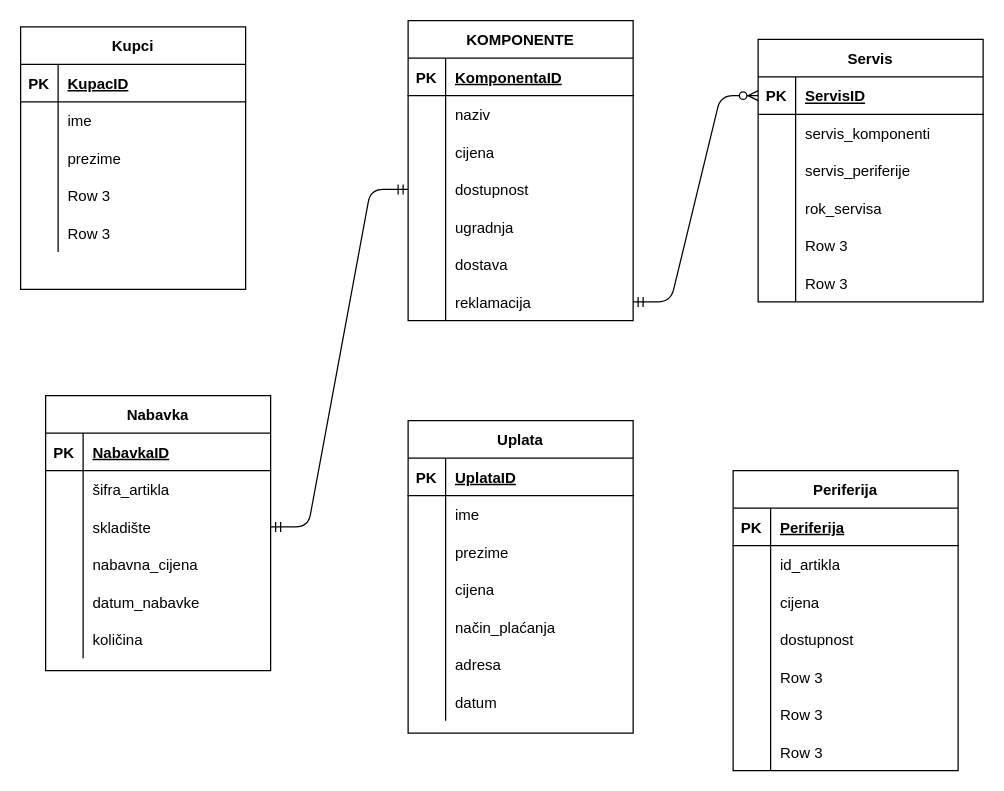
The draw.io diagram erd.drawio in vela02/erd, before the edit. Source tidied: cells renumbered, new cells numbered last; positions are measured from the earlier drawing's top-left corner, leaving out a move shared by most shapes. Both pictures are drawn from the tidied source at 125%, with x=0, y=0 at pixel (20, 20).
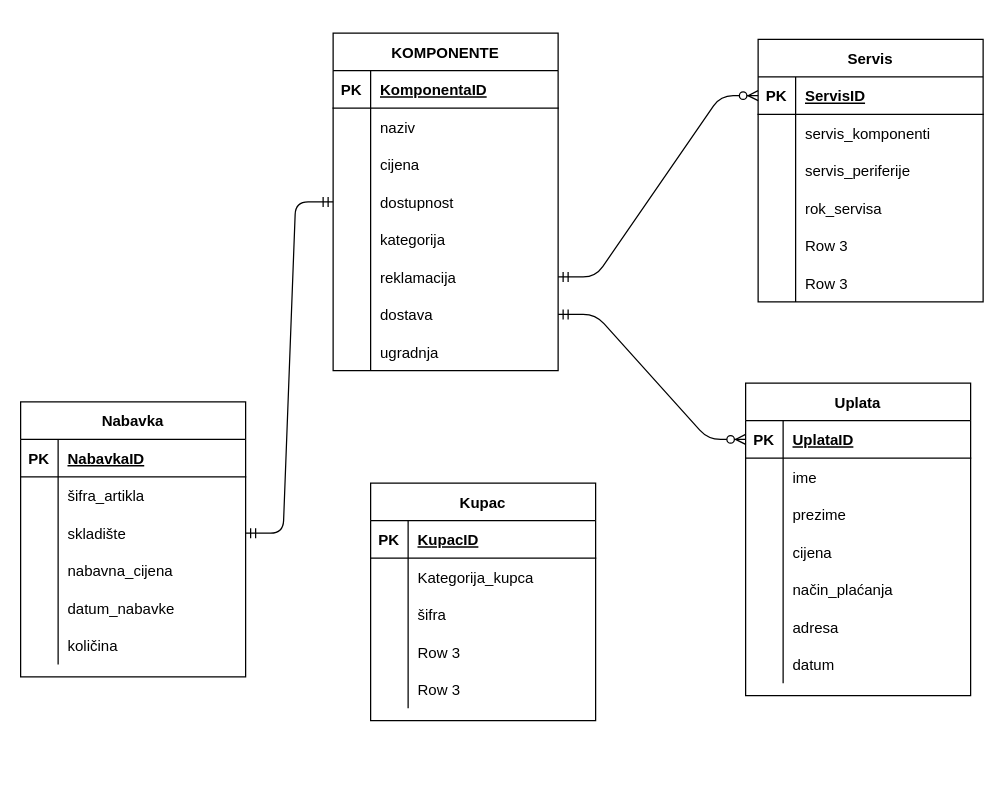
After the change.

Unchanged cells that the change refers to:
```xml
<mxCell id="38" style="shape=partialRectangle;fillColor=none;top=0;left=0;bottom=1;right=0;points=[[0,0.5],[1,0.5]];portConstraint=eastwest;" parent="37" vertex="1">
  <mxGeometry y="30" width="180" height="30" as="geometry" />
</mxCell>
<mxCell id="115" style="shape=partialRectangle;fillColor=none;top=0;left=0;bottom=0;right=0;" parent="102" vertex="1">
  <mxGeometry y="150" width="180" height="30" as="geometry" />
</mxCell>
```

Change to the diagram source:
```diff
@@
-    <mxCell id="2" value="Kupci" style="shape=table;startSize=30;childLayout=tableLayout;rowLines=0;fontStyle=1;align=center;" parent="1" vertex="1">
-      <mxGeometry y="5" width="180" height="210" as="geometry" />
-    </mxCell>
-    <mxCell id="3" style="shape=partialRectangle;fillColor=none;top=0;left=0;bottom=1;right=0;" parent="2" vertex="1">
-      <mxGeometry y="30" width="180" height="30" as="geometry" />
-    </mxCell>
-    <mxCell id="4" value="PK" style="shape=partialRectangle;fillColor=none;top=0;left=0;bottom=0;right=0;fontStyle=1;overflow=hidden;" parent="3" vertex="1">
-      <mxGeometry width="30" height="30" as="geometry" />
-    </mxCell>
-    <mxCell id="5" value="KupacID" style="shape=partialRectangle;fillColor=none;top=0;left=0;bottom=0;right=0;align=left;spacingLeft=6;fontStyle=5;overflow=hidden;" parent="3" vertex="1">
-      <mxGeometry x="30" width="150" height="30" as="geometry" />
-    </mxCell>
-    <mxCell id="6" style="shape=partialRectangle;fillColor=none;top=0;left=0;bottom=0;right=0;" parent="2" vertex="1">
-      <mxGeometry y="60" width="180" height="30" as="geometry" />
-    </mxCell>
-    <mxCell id="7" style="shape=partialRectangle;fillColor=none;top=0;left=0;bottom=0;right=0;overflow=hidden;" parent="6" vertex="1">
-      <mxGeometry width="30" height="30" as="geometry" />
-    </mxCell>
-    <mxCell id="8" value="ime" style="shape=partialRectangle;fillColor=none;top=0;left=0;bottom=0;right=0;align=left;spacingLeft=6;overflow=hidden;" parent="6" vertex="1">
-      <mxGeometry x="30" width="150" height="30" as="geometry" />
-    </mxCell>
-    <mxCell id="9" style="shape=partialRectangle;fillColor=none;top=0;left=0;bottom=0;right=0;" parent="2" vertex="1">
-      <mxGeometry y="90" width="180" height="30" as="geometry" />
-    </mxCell>
-    <mxCell id="10" style="shape=partialRectangle;fillColor=none;top=0;left=0;bottom=0;right=0;overflow=hidden;" parent="9" vertex="1">
-      <mxGeometry width="30" height="30" as="geometry" />
-    </mxCell>
-    <mxCell id="11" value="prezime" style="shape=partialRectangle;fillColor=none;top=0;left=0;bottom=0;right=0;align=left;spacingLeft=6;overflow=hidden;" parent="9" vertex="1">
-      <mxGeometry x="30" width="150" height="30" as="geometry" />
-    </mxCell>
-    <mxCell id="12" style="shape=partialRectangle;fillColor=none;top=0;left=0;bottom=0;right=0;" parent="2" vertex="1">
-      <mxGeometry y="120" width="180" height="30" as="geometry" />
-    </mxCell>
-    <mxCell id="13" style="shape=partialRectangle;fillColor=none;top=0;left=0;bottom=0;right=0;overflow=hidden;" parent="12" vertex="1">
-      <mxGeometry width="30" height="30" as="geometry" />
-    </mxCell>
-    <mxCell id="14" value="Row 3" style="shape=partialRectangle;fillColor=none;top=0;left=0;bottom=0;right=0;align=left;spacingLeft=6;overflow=hidden;" parent="12" vertex="1">
-      <mxGeometry x="30" width="150" height="30" as="geometry" />
-    </mxCell>
-    <mxCell id="15" style="shape=partialRectangle;fillColor=none;top=0;left=0;bottom=0;right=0;" parent="2" vertex="1">
-      <mxGeometry y="150" width="180" height="30" as="geometry" />
-    </mxCell>
-    <mxCell id="16" style="shape=partialRectangle;fillColor=none;top=0;left=0;bottom=0;right=0;overflow=hidden;" parent="15" vertex="1">
-      <mxGeometry width="30" height="30" as="geometry" />
-    </mxCell>
-    <mxCell id="17" value="Row 3" style="shape=partialRectangle;fillColor=none;top=0;left=0;bottom=0;right=0;align=left;spacingLeft=6;overflow=hidden;" parent="15" vertex="1">
-      <mxGeometry x="30" width="150" height="30" as="geometry" />
-    </mxCell>
@@
     <mxCell id="37" value="Uplata" style="shape=table;startSize=30;childLayout=tableLayout;rowLines=0;fontStyle=1;align=center;" parent="1" vertex="1">
-      <mxGeometry x="310" y="320" width="180" height="250" as="geometry" />
+      <mxGeometry x="580" y="290" width="180" height="250" as="geometry" />
     </mxCell>
@@
-    <mxCell id="59" value="Periferija" style="shape=table;startSize=30;childLayout=tableLayout;rowLines=0;fontStyle=1;align=center;" parent="1" vertex="1">
-      <mxGeometry x="570" y="360" width="180" height="240" as="geometry" />
-    </mxCell>
-    <mxCell id="60" style="shape=partialRectangle;fillColor=none;top=0;left=0;bottom=1;right=0;" parent="59" vertex="1">
-      <mxGeometry y="30" width="180" height="30" as="geometry" />
-    </mxCell>
-    <mxCell id="61" value="PK" style="shape=partialRectangle;fillColor=none;top=0;left=0;bottom=0;right=0;fontStyle=1;overflow=hidden;" parent="60" vertex="1">
-      <mxGeometry width="30" height="30" as="geometry" />
-    </mxCell>
-    <mxCell id="62" value="Periferija" style="shape=partialRectangle;fillColor=none;top=0;left=0;bottom=0;right=0;align=left;spacingLeft=6;fontStyle=5;overflow=hidden;" parent="60" vertex="1">
-      <mxGeometry x="30" width="150" height="30" as="geometry" />
-    </mxCell>
-    <mxCell id="63" style="shape=partialRectangle;fillColor=none;top=0;left=0;bottom=0;right=0;" parent="59" vertex="1">
-      <mxGeometry y="60" width="180" height="30" as="geometry" />
-    </mxCell>
-    <mxCell id="64" style="shape=partialRectangle;fillColor=none;top=0;left=0;bottom=0;right=0;overflow=hidden;" parent="63" vertex="1">
-      <mxGeometry width="30" height="30" as="geometry" />
-    </mxCell>
-    <mxCell id="65" value="id_artikla" style="shape=partialRectangle;fillColor=none;top=0;left=0;bottom=0;right=0;align=left;spacingLeft=6;overflow=hidden;" parent="63" vertex="1">
-      <mxGeometry x="30" width="150" height="30" as="geometry" />
-    </mxCell>
-    <mxCell id="66" style="shape=partialRectangle;fillColor=none;top=0;left=0;bottom=0;right=0;" parent="59" vertex="1">
-      <mxGeometry y="90" width="180" height="30" as="geometry" />
-    </mxCell>
-    <mxCell id="67" style="shape=partialRectangle;fillColor=none;top=0;left=0;bottom=0;right=0;overflow=hidden;" parent="66" vertex="1">
-      <mxGeometry width="30" height="30" as="geometry" />
-    </mxCell>
-    <mxCell id="68" value="cijena" style="shape=partialRectangle;fillColor=none;top=0;left=0;bottom=0;right=0;align=left;spacingLeft=6;overflow=hidden;" parent="66" vertex="1">
-      <mxGeometry x="30" width="150" height="30" as="geometry" />
-    </mxCell>
-    <mxCell id="69" style="shape=partialRectangle;fillColor=none;top=0;left=0;bottom=0;right=0;" parent="59" vertex="1">
-      <mxGeometry y="120" width="180" height="30" as="geometry" />
-    </mxCell>
-    <mxCell id="70" style="shape=partialRectangle;fillColor=none;top=0;left=0;bottom=0;right=0;overflow=hidden;" parent="69" vertex="1">
-      <mxGeometry width="30" height="30" as="geometry" />
-    </mxCell>
-    <mxCell id="71" value="dostupnost" style="shape=partialRectangle;fillColor=none;top=0;left=0;bottom=0;right=0;align=left;spacingLeft=6;overflow=hidden;" parent="69" vertex="1">
-      <mxGeometry x="30" width="150" height="30" as="geometry" />
-    </mxCell>
-    <mxCell id="72" style="shape=partialRectangle;fillColor=none;top=0;left=0;bottom=0;right=0;" parent="59" vertex="1">
-      <mxGeometry y="150" width="180" height="30" as="geometry" />
-    </mxCell>
-    <mxCell id="73" style="shape=partialRectangle;fillColor=none;top=0;left=0;bottom=0;right=0;overflow=hidden;" parent="72" vertex="1">
-      <mxGeometry width="30" height="30" as="geometry" />
-    </mxCell>
-    <mxCell id="74" value="Row 3" style="shape=partialRectangle;fillColor=none;top=0;left=0;bottom=0;right=0;align=left;spacingLeft=6;overflow=hidden;" parent="72" vertex="1">
-      <mxGeometry x="30" width="150" height="30" as="geometry" />
-    </mxCell>
-    <mxCell id="75" style="shape=partialRectangle;fillColor=none;top=0;left=0;bottom=0;right=0;" parent="59" vertex="1">
-      <mxGeometry y="180" width="180" height="30" as="geometry" />
-    </mxCell>
-    <mxCell id="76" style="shape=partialRectangle;fillColor=none;top=0;left=0;bottom=0;right=0;overflow=hidden;" parent="75" vertex="1">
-      <mxGeometry width="30" height="30" as="geometry" />
-    </mxCell>
-    <mxCell id="77" value="Row 3" style="shape=partialRectangle;fillColor=none;top=0;left=0;bottom=0;right=0;align=left;spacingLeft=6;overflow=hidden;" parent="75" vertex="1">
-      <mxGeometry x="30" width="150" height="30" as="geometry" />
-    </mxCell>
-    <mxCell id="78" style="shape=partialRectangle;fillColor=none;top=0;left=0;bottom=0;right=0;points=[[0,0.5],[1,0.5]];portConstraint=eastwest;" parent="59" vertex="1">
-      <mxGeometry y="210" width="180" height="30" as="geometry" />
-    </mxCell>
-    <mxCell id="79" style="shape=partialRectangle;fillColor=none;top=0;left=0;bottom=0;right=0;overflow=hidden;" parent="78" vertex="1">
-      <mxGeometry width="30" height="30" as="geometry" />
-    </mxCell>
-    <mxCell id="80" value="Row 3" style="shape=partialRectangle;fillColor=none;top=0;left=0;bottom=0;right=0;align=left;spacingLeft=6;overflow=hidden;" parent="78" vertex="1">
-      <mxGeometry x="30" width="150" height="30" as="geometry" />
-    </mxCell>
     <mxCell id="81" value="Nabavka" style="shape=table;startSize=30;childLayout=tableLayout;rowLines=0;fontStyle=1;align=center;" parent="1" vertex="1">
-      <mxGeometry x="20" y="300" width="180" height="220" as="geometry" />
+      <mxGeometry y="305" width="180" height="220" as="geometry" />
     </mxCell>
@@
     <mxCell id="102" value="KOMPONENTE" style="shape=table;startSize=30;childLayout=tableLayout;rowLines=0;fontStyle=1;align=center;" parent="1" vertex="1">
-      <mxGeometry x="310" width="180" height="240" as="geometry" />
+      <mxGeometry x="250" y="10" width="180" height="270" as="geometry" />
     </mxCell>
@@
-    <mxCell id="117" value="ugradnja" style="shape=partialRectangle;fillColor=none;top=0;left=0;bottom=0;right=0;align=left;spacingLeft=6;overflow=hidden;" parent="115" vertex="1">
+    <mxCell id="117" value="kategorija" style="shape=partialRectangle;fillColor=none;top=0;left=0;bottom=0;right=0;align=left;spacingLeft=6;overflow=hidden;" parent="115" vertex="1">
       <mxGeometry x="30" width="150" height="30" as="geometry" />
     </mxCell>
-    <mxCell id="118" style="shape=partialRectangle;fillColor=none;top=0;left=0;bottom=0;right=0;" parent="102" vertex="1">
-      <mxGeometry y="180" width="180" height="30" as="geometry" />
-    </mxCell>
-    <mxCell id="119" style="shape=partialRectangle;fillColor=none;top=0;left=0;bottom=0;right=0;overflow=hidden;" parent="118" vertex="1">
-      <mxGeometry width="30" height="30" as="geometry" />
-    </mxCell>
-    <mxCell id="120" value="dostava" style="shape=partialRectangle;fillColor=none;top=0;left=0;bottom=0;right=0;align=left;spacingLeft=6;overflow=hidden;" parent="118" vertex="1">
-      <mxGeometry x="30" width="150" height="30" as="geometry" />
-    </mxCell>
     <mxCell id="121" style="shape=partialRectangle;fillColor=none;top=0;left=0;bottom=0;right=0;points=[[0,0.5],[1,0.5]];portConstraint=eastwest;" parent="102" vertex="1">
-      <mxGeometry y="210" width="180" height="30" as="geometry" />
+      <mxGeometry y="180" width="180" height="30" as="geometry" />
     </mxCell>
@@
+    <mxCell id="78" style="shape=partialRectangle;fillColor=none;top=0;left=0;bottom=0;right=0;points=[[0,0.5],[1,0.5]];portConstraint=eastwest;" parent="102" vertex="1">
+      <mxGeometry y="210" width="180" height="30" as="geometry" />
+    </mxCell>
+    <mxCell id="126" style="shape=partialRectangle;fillColor=none;top=0;left=0;bottom=0;right=0;overflow=hidden;" parent="78" vertex="1">
+      <mxGeometry width="30" height="30" as="geometry" />
+    </mxCell>
+    <mxCell id="120" value="dostava" style="shape=partialRectangle;fillColor=none;top=0;left=0;bottom=0;right=0;align=left;spacingLeft=6;overflow=hidden;" parent="78" vertex="1">
+      <mxGeometry x="30" width="150" height="30" as="geometry" />
+    </mxCell>
+    <mxCell id="127" style="shape=partialRectangle;fillColor=none;top=0;left=0;bottom=0;right=0;" parent="102" vertex="1">
+      <mxGeometry y="240" width="180" height="30" as="geometry" />
+    </mxCell>
+    <mxCell id="128" style="shape=partialRectangle;fillColor=none;top=0;left=0;bottom=0;right=0;overflow=hidden;" parent="127" vertex="1">
+      <mxGeometry width="30" height="30" as="geometry" />
+    </mxCell>
+    <mxCell id="129" value="ugradnja" style="shape=partialRectangle;fillColor=none;top=0;left=0;bottom=0;right=0;align=left;spacingLeft=6;overflow=hidden;" parent="127" vertex="1">
+      <mxGeometry x="30" width="150" height="30" as="geometry" />
+    </mxCell>
@@
+    <mxCell id="130" style="edgeStyle=entityRelationEdgeStyle;fontSize=12;html=1;endArrow=ERzeroToMany;startArrow=ERmandOne;entryX=0;entryY=0.5;entryDx=0;entryDy=0;exitX=1;exitY=0.5;exitDx=0;exitDy=0;" parent="1" edge="1" source="78" target="38">
+      <mxGeometry relative="1" as="geometry" />
+    </mxCell>
+    <mxCell id="131" value="Kupac" style="shape=table;startSize=30;childLayout=tableLayout;rowLines=0;fontStyle=1;align=center;" parent="1" vertex="1">
+      <mxGeometry x="280" y="370" width="180" height="190" as="geometry" />
+    </mxCell>
+    <mxCell id="132" style="shape=partialRectangle;fillColor=none;top=0;left=0;bottom=1;right=0;" parent="131" vertex="1">
+      <mxGeometry y="30" width="180" height="30" as="geometry" />
+    </mxCell>
+    <mxCell id="133" value="PK" style="shape=partialRectangle;fillColor=none;top=0;left=0;bottom=0;right=0;fontStyle=1;overflow=hidden;" parent="132" vertex="1">
+      <mxGeometry width="30" height="30" as="geometry" />
+    </mxCell>
+    <mxCell id="5" value="KupacID" style="shape=partialRectangle;fillColor=none;top=0;left=0;bottom=0;right=0;align=left;spacingLeft=6;fontStyle=5;overflow=hidden;" parent="132" vertex="1">
+      <mxGeometry x="30" width="150" height="30" as="geometry" />
+    </mxCell>
+    <mxCell id="134" style="shape=partialRectangle;fillColor=none;top=0;left=0;bottom=0;right=0;" parent="131" vertex="1">
+      <mxGeometry y="60" width="180" height="30" as="geometry" />
+    </mxCell>
+    <mxCell id="135" style="shape=partialRectangle;fillColor=none;top=0;left=0;bottom=0;right=0;overflow=hidden;" parent="134" vertex="1">
+      <mxGeometry width="30" height="30" as="geometry" />
+    </mxCell>
+    <mxCell id="136" value="Kategorija_kupca" style="shape=partialRectangle;fillColor=none;top=0;left=0;bottom=0;right=0;align=left;spacingLeft=6;overflow=hidden;" parent="134" vertex="1">
+      <mxGeometry x="30" width="150" height="30" as="geometry" />
+    </mxCell>
+    <mxCell id="137" style="shape=partialRectangle;fillColor=none;top=0;left=0;bottom=0;right=0;" parent="131" vertex="1">
+      <mxGeometry y="90" width="180" height="30" as="geometry" />
+    </mxCell>
+    <mxCell id="138" style="shape=partialRectangle;fillColor=none;top=0;left=0;bottom=0;right=0;overflow=hidden;" parent="137" vertex="1">
+      <mxGeometry width="30" height="30" as="geometry" />
+    </mxCell>
+    <mxCell id="139" value="šifra" style="shape=partialRectangle;fillColor=none;top=0;left=0;bottom=0;right=0;align=left;spacingLeft=6;overflow=hidden;" parent="137" vertex="1">
+      <mxGeometry x="30" width="150" height="30" as="geometry" />
+    </mxCell>
+    <mxCell id="140" style="shape=partialRectangle;fillColor=none;top=0;left=0;bottom=0;right=0;" parent="131" vertex="1">
+      <mxGeometry y="120" width="180" height="30" as="geometry" />
+    </mxCell>
+    <mxCell id="141" style="shape=partialRectangle;fillColor=none;top=0;left=0;bottom=0;right=0;overflow=hidden;" parent="140" vertex="1">
+      <mxGeometry width="30" height="30" as="geometry" />
+    </mxCell>
+    <mxCell id="142" value="Row 3" style="shape=partialRectangle;fillColor=none;top=0;left=0;bottom=0;right=0;align=left;spacingLeft=6;overflow=hidden;" parent="140" vertex="1">
+      <mxGeometry x="30" width="150" height="30" as="geometry" />
+    </mxCell>
+    <mxCell id="143" style="shape=partialRectangle;fillColor=none;top=0;left=0;bottom=0;right=0;" parent="131" vertex="1">
+      <mxGeometry y="150" width="180" height="30" as="geometry" />
+    </mxCell>
+    <mxCell id="144" style="shape=partialRectangle;fillColor=none;top=0;left=0;bottom=0;right=0;overflow=hidden;" parent="143" vertex="1">
+      <mxGeometry width="30" height="30" as="geometry" />
+    </mxCell>
+    <mxCell id="145" value="Row 3" style="shape=partialRectangle;fillColor=none;top=0;left=0;bottom=0;right=0;align=left;spacingLeft=6;overflow=hidden;" parent="143" vertex="1">
+      <mxGeometry x="30" width="150" height="30" as="geometry" />
+    </mxCell>
```
